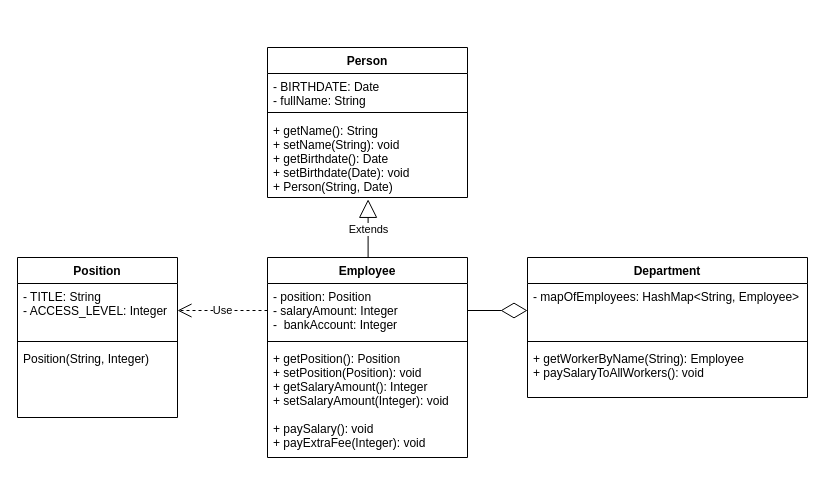
20cognosce/SenlaProject keeps this draw.io diagram as task-2/3/Employee.drawio. Above is the earlier version. Source tidied: cells renumbered, new cells numbered last; positions are measured from the earlier drawing's top-left corner, leaving out a move shared by most shapes. Both pictures are drawn from the tidied source at 100%, with x=0, y=0 at pixel (17, 47).
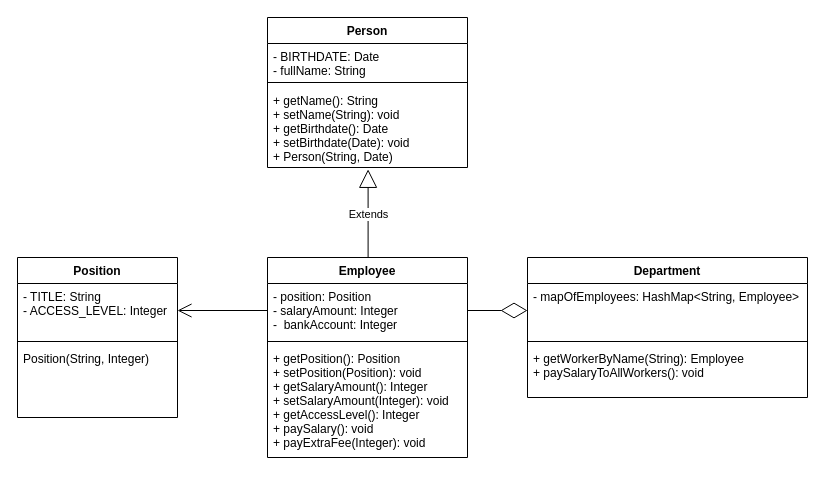
Above is the later version.

Commit message (it also covers changes not shown here):
task-2/3 diagrams added

Unchanged cells that the change refers to:
```xml
<mxCell id="8" value="Employee" style="swimlane;fontStyle=1;align=center;verticalAlign=top;horizontal=1;startSize=26;" parent="1" vertex="1">
  <mxGeometry x="250" y="210" width="200" height="200" as="geometry" />
</mxCell>
<mxCell id="9" value="- position: Position&#10;- salaryAmount: Integer&#10;-  bankAccount: Integer" style="text;strokeColor=none;fillColor=none;align=left;verticalAlign=top;spacingLeft=4;spacingRight=4;overflow=hidden;points=[[0,0.5],[1,0.5]];portConstraint=eastwest;" parent="8" vertex="1">
  <mxGeometry y="26" width="200" height="54" as="geometry" />
</mxCell>
<mxCell id="17" value="- TITLE: String&#10;- ACCESS_LEVEL: Integer&#10;" style="text;strokeColor=none;fillColor=none;align=left;verticalAlign=top;spacingLeft=4;spacingRight=4;overflow=hidden;points=[[0,0.5],[1,0.5]];portConstraint=eastwest;" parent="16" vertex="1">
  <mxGeometry y="26" width="160" height="54" as="geometry" />
</mxCell>
```

The edit, as a diff of the source:
```diff
@@
     <mxCell id="4" value="Person" style="swimlane;fontStyle=1;align=center;verticalAlign=top;horizontal=1;startSize=26;" parent="1" vertex="1">
-      <mxGeometry x="250" width="200" height="150" as="geometry" />
+      <mxGeometry x="250" y="-30" width="200" height="150" as="geometry" />
     </mxCell>
@@
-    <mxCell id="11" value="+ getPosition(): Position&#10;+ setPosition(Position): void&#10;+ getSalaryAmount(): Integer&#10;+ setSalaryAmount(Integer): void&#10;&#10;+ paySalary(): void&#10;+ payExtraFee(Integer): void" style="text;strokeColor=none;fillColor=none;align=left;verticalAlign=top;spacingLeft=4;spacingRight=4;overflow=hidden;" parent="8" vertex="1">
+    <mxCell id="11" value="+ getPosition(): Position&#10;+ setPosition(Position): void&#10;+ getSalaryAmount(): Integer&#10;+ setSalaryAmount(Integer): void&#10;+ getAccessLevel(): Integer&#10;+ paySalary(): void&#10;+ payExtraFee(Integer): void" style="text;strokeColor=none;fillColor=none;align=left;verticalAlign=top;spacingLeft=4;spacingRight=4;overflow=hidden;" parent="8" vertex="1">
       <mxGeometry y="88" width="200" height="112" as="geometry" />
     </mxCell>
@@
-    <mxCell id="20" value="Use" style="endArrow=open;endSize=12;dashed=1;html=1;rounded=0;exitX=0;exitY=0.5;exitDx=0;exitDy=0;entryX=1;entryY=0.5;entryDx=0;entryDy=0;" parent="1" edge="1" source="9" target="17">
+    <mxCell id="20" style="endArrow=open;endFill=1;endSize=12;html=1;rounded=0;entryX=1;entryY=0.5;entryDx=0;entryDy=0;exitX=0;exitY=0.5;exitDx=0;exitDy=0;" parent="1" edge="1" source="9" target="17">
       <mxGeometry relative="1" as="geometry" />
     </mxCell>
```
